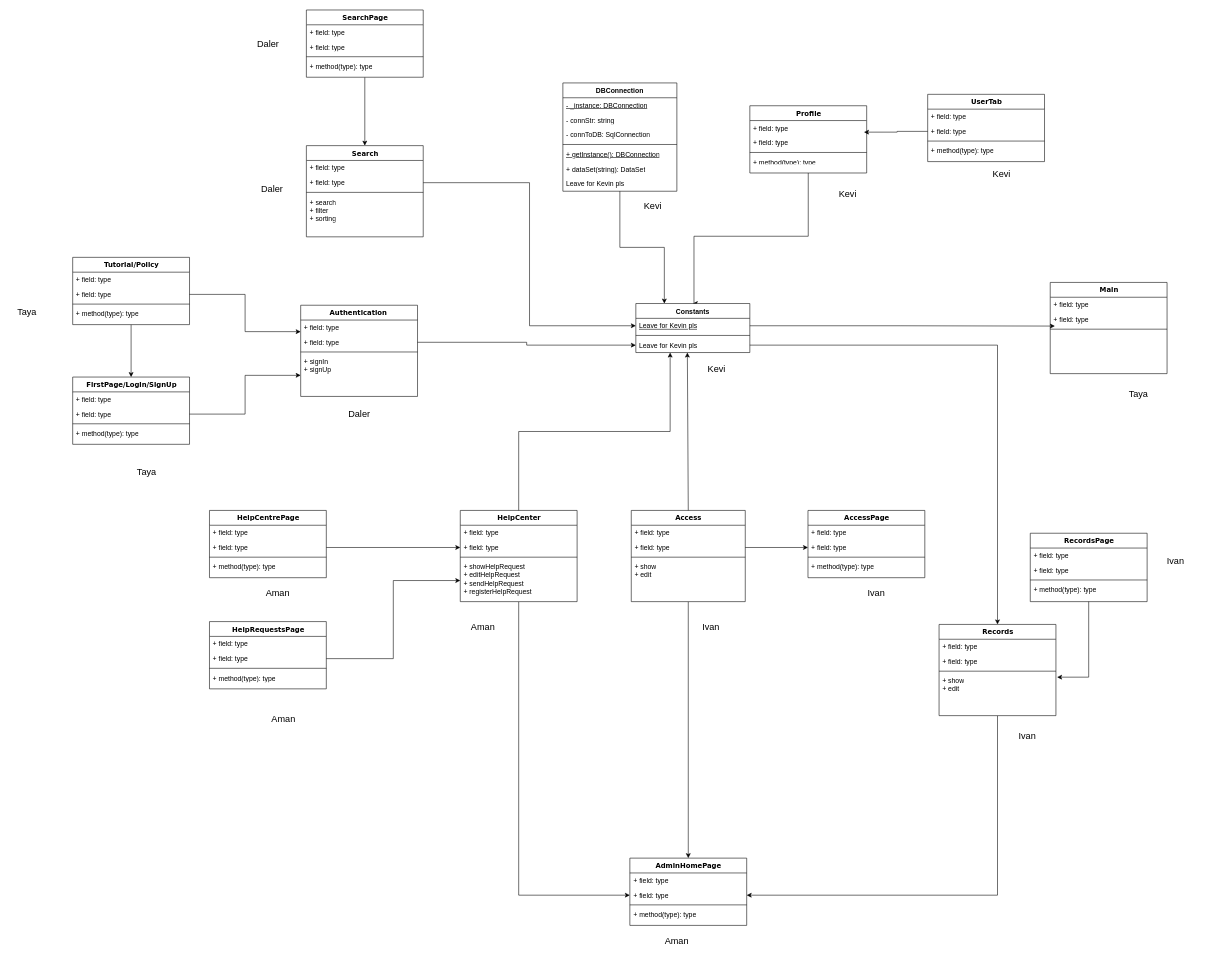
Earlier version of the draw.io diagram Class diagram.drawio (CocaDoU/Team5). Source tidied: cells renumbered, new cells numbered last; positions are measured from the earlier drawing's top-left corner, leaving out a move shared by most shapes. Both pictures are drawn from the tidied source at 57%, with x=0, y=0 at pixel (10, 10).
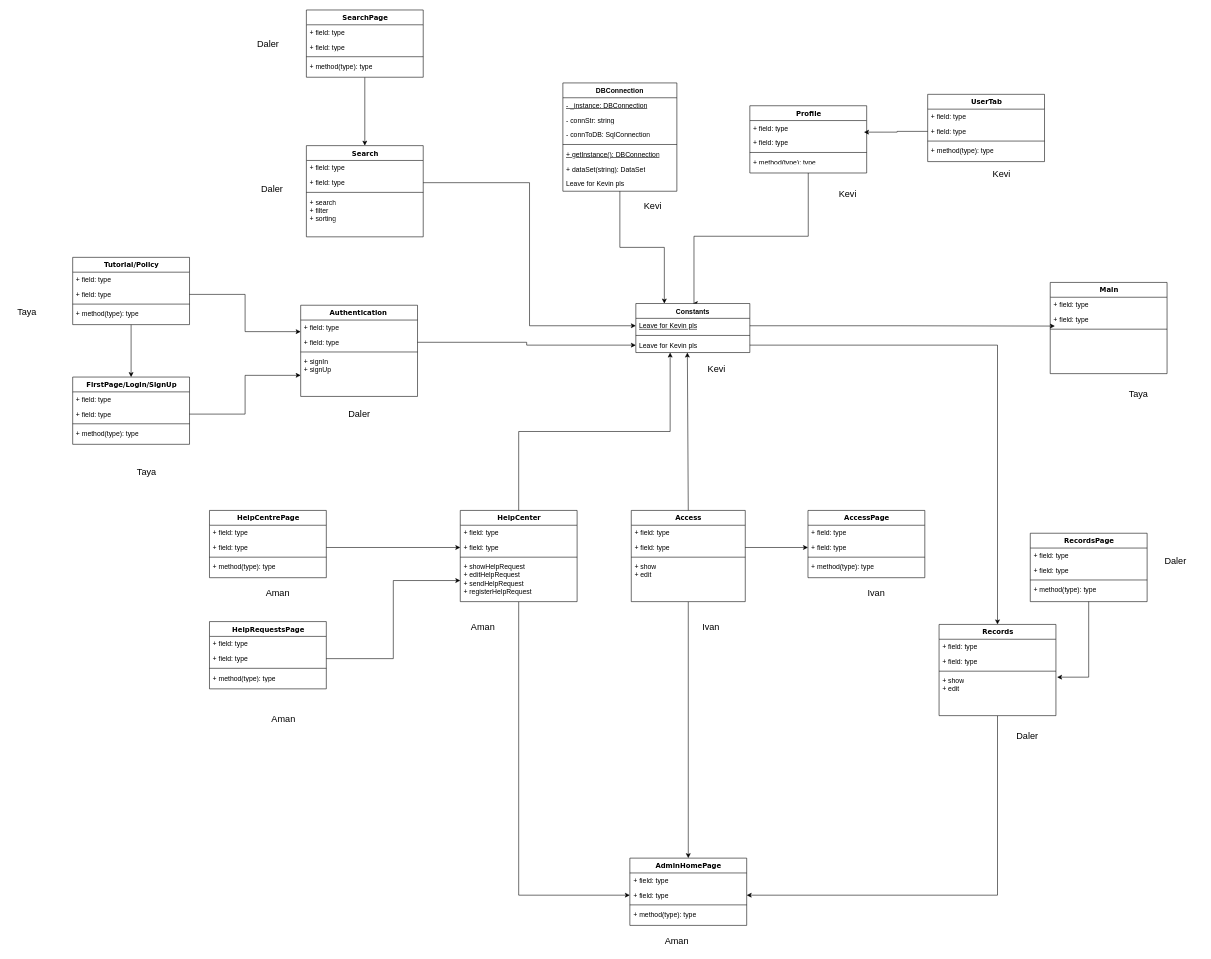
After the change.

Diff of the diagram source:
```diff
@@
-    <mxCell id="128" value="Ivan" style="text;html=1;strokeColor=none;fillColor=none;align=center;verticalAlign=middle;whiteSpace=wrap;rounded=0;fontSize=16;" parent="1" vertex="1">
+    <mxCell id="128" value="Daler" style="text;html=1;strokeColor=none;fillColor=none;align=center;verticalAlign=middle;whiteSpace=wrap;rounded=0;fontSize=16;" parent="1" vertex="1">
       <mxGeometry x="1755" y="1258" width="60" height="30" as="geometry" />
     </mxCell>
-    <mxCell id="129" value="Ivan" style="text;html=1;strokeColor=none;fillColor=none;align=center;verticalAlign=middle;whiteSpace=wrap;rounded=0;fontSize=16;" parent="1" vertex="1">
+    <mxCell id="129" value="Daler" style="text;html=1;strokeColor=none;fillColor=none;align=center;verticalAlign=middle;whiteSpace=wrap;rounded=0;fontSize=16;" parent="1" vertex="1">
       <mxGeometry x="2000" y="946" width="90" height="42" as="geometry" />
     </mxCell>
```
